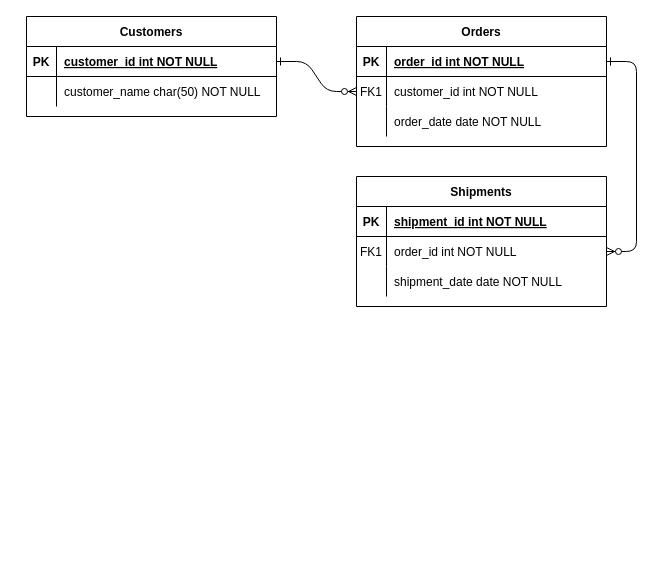
LeePaulison/project_sage keeps this draw.io diagram as Untitled Diagram.drawio. Above is the earlier version. Source tidied: cells renumbered, new cells numbered last; positions are measured from the earlier drawing's top-left corner, leaving out a move shared by most shapes. Both pictures are drawn from the tidied source at 100%, with x=0, y=0 at pixel (26, 16).
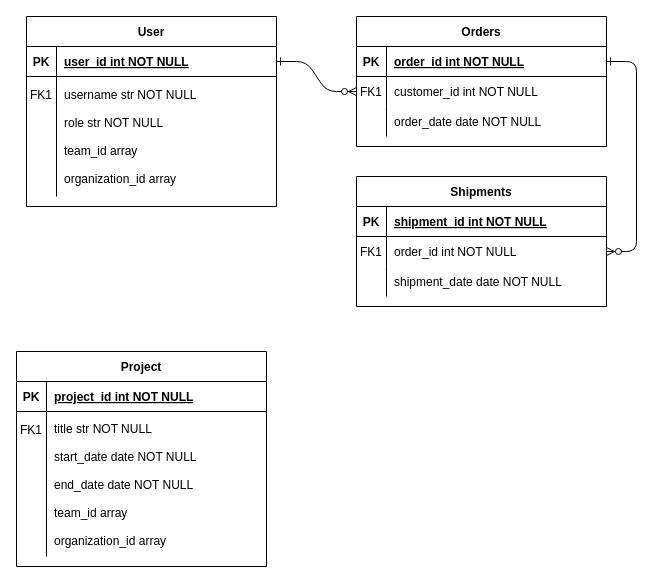
Above is the later version.

The change refers to these unchanged cells:
```xml
<mxCell id="25" style="shape=partialRectangle;fillColor=none;points=[[0,0.5],[1,0.5]];portConstraint=eastwest;top=0;left=0;right=0;bottom=1;" parent="24" vertex="1">
  <mxGeometry y="30" width="250" height="30" as="geometry" />
</mxCell>
```

The edit, as a diff of the source:
```diff
@@
-    <mxCell id="24" value="Customers" style="shape=table;startSize=30;childLayout=tableLayout;rowLines=0;fontStyle=1;align=center;" parent="1" vertex="1">
-      <mxGeometry width="250" height="100" as="geometry" />
+    <mxCell id="24" value="User" style="shape=table;startSize=30;childLayout=tableLayout;rowLines=0;fontStyle=1;align=center;" parent="1" vertex="1">
+      <mxGeometry width="250" height="190" as="geometry" />
     </mxCell>
@@
-    <mxCell id="27" value="customer_id int NOT NULL " style="shape=partialRectangle;overflow=hidden;fillColor=none;top=0;left=0;bottom=0;right=0;align=left;spacingLeft=6;fontStyle=5;" parent="25" vertex="1">
+    <mxCell id="27" value="user_id int NOT NULL " style="shape=partialRectangle;overflow=hidden;fillColor=none;top=0;left=0;bottom=0;right=0;align=left;spacingLeft=6;fontStyle=5;" parent="25" vertex="1">
       <mxGeometry x="30" width="220" height="30" as="geometry" />
     </mxCell>
     <mxCell id="28" style="shape=partialRectangle;fillColor=none;top=0;left=0;right=0;bottom=0;" parent="24" vertex="1">
-      <mxGeometry y="60" width="250" height="30" as="geometry" />
+      <mxGeometry y="60" width="250" height="120" as="geometry" />
     </mxCell>
-    <mxCell id="29" style="shape=partialRectangle;overflow=hidden;fillColor=none;top=0;left=0;bottom=0;right=0;" parent="28" vertex="1">
-      <mxGeometry width="30" height="30" as="geometry" />
+    <mxCell id="29" value="FK1" style="shape=partialRectangle;overflow=hidden;fillColor=none;top=0;left=0;bottom=0;right=0;verticalAlign=top;spacingTop=5;" parent="28" vertex="1">
+      <mxGeometry width="30" height="120" as="geometry" />
     </mxCell>
-    <mxCell id="30" value="customer_name char(50) NOT NULL" style="shape=partialRectangle;overflow=hidden;fillColor=none;top=0;left=0;bottom=0;right=0;align=left;spacingLeft=6;" parent="28" vertex="1">
-      <mxGeometry x="30" width="220" height="30" as="geometry" />
+    <mxCell id="30" value="username str NOT NULL&#10;&#10;role str NOT NULL&#10;&#10;team_id array&#10;&#10;organization_id array" style="shape=partialRectangle;overflow=hidden;fillColor=none;top=0;left=0;bottom=0;right=0;align=left;spacingLeft=6;" parent="28" vertex="1">
+      <mxGeometry x="30" width="220" height="120" as="geometry" />
     </mxCell>
+    <mxCell id="31" value="Project" style="shape=table;startSize=30;childLayout=tableLayout;rowLines=0;fontStyle=1;align=center;" parent="1" vertex="1">
+      <mxGeometry x="-10" y="335" width="250" height="215" as="geometry" />
+    </mxCell>
+    <mxCell id="32" style="shape=partialRectangle;fillColor=none;top=0;left=0;right=0;bottom=1;" parent="31" vertex="1">
+      <mxGeometry y="30" width="250" height="30" as="geometry" />
+    </mxCell>
+    <mxCell id="33" value="PK" style="shape=partialRectangle;overflow=hidden;fillColor=none;top=0;left=0;bottom=0;right=0;fontStyle=1;" parent="32" vertex="1">
+      <mxGeometry width="30" height="30" as="geometry" />
+    </mxCell>
+    <mxCell id="34" value="project_id int NOT NULL " style="shape=partialRectangle;overflow=hidden;fillColor=none;top=0;left=0;bottom=0;right=0;align=left;spacingLeft=6;fontStyle=5;" parent="32" vertex="1">
+      <mxGeometry x="30" width="220" height="30" as="geometry" />
+    </mxCell>
+    <mxCell id="35" style="shape=partialRectangle;fillColor=none;top=0;left=0;right=0;bottom=0;" parent="31" vertex="1">
+      <mxGeometry y="60" width="250" height="145" as="geometry" />
+    </mxCell>
+    <mxCell id="36" value="FK1" style="shape=partialRectangle;overflow=hidden;fillColor=none;top=0;left=0;bottom=0;right=0;verticalAlign=top;spacingTop=5;" parent="35" vertex="1">
+      <mxGeometry width="30" height="145" as="geometry" />
+    </mxCell>
+    <mxCell id="37" value="title str NOT NULL&#10;&#10;start_date date NOT NULL&#10;&#10;end_date date NOT NULL&#10;&#10;team_id array&#10;&#10;organization_id array" style="shape=partialRectangle;overflow=hidden;fillColor=none;top=0;left=0;bottom=0;right=0;align=left;spacingLeft=6;" parent="35" vertex="1">
+      <mxGeometry x="30" width="220" height="145" as="geometry" />
+    </mxCell>
```
